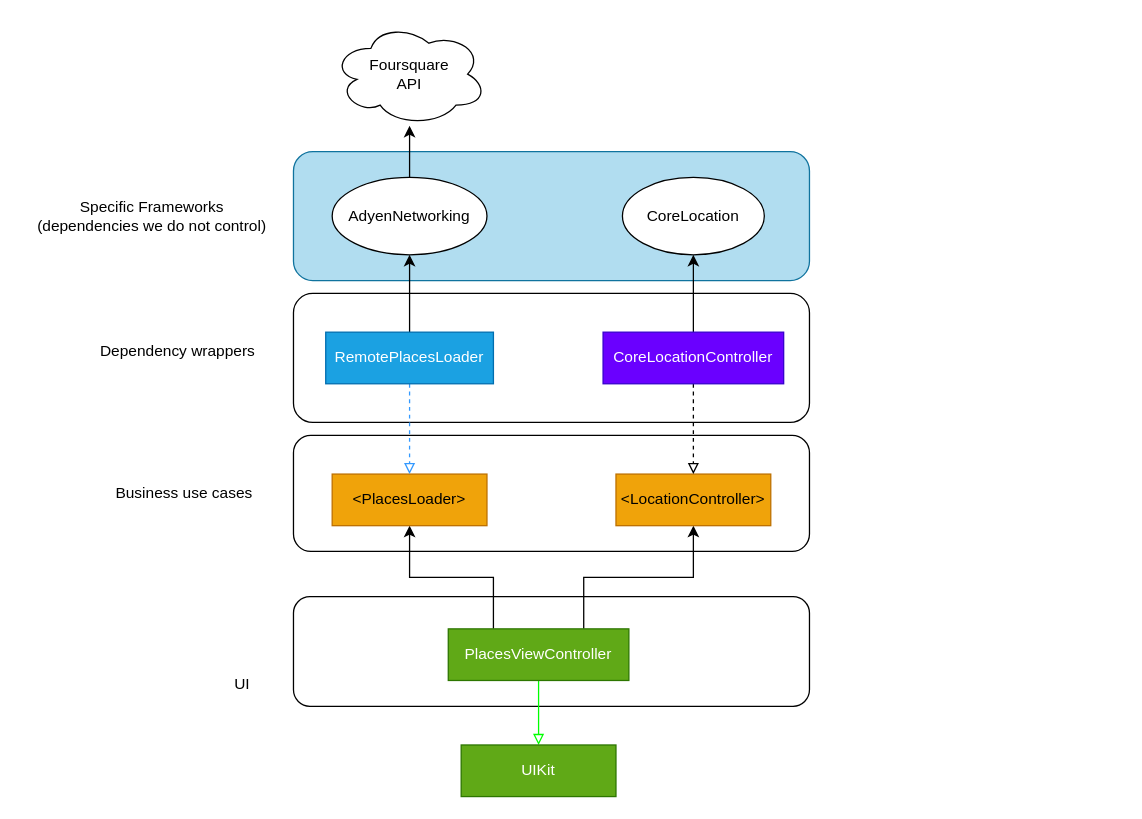
atmamont/places-assignment keeps this draw.io diagram as PlacesDependencyChart.drawio. Above is the earlier version. Source tidied: cells renumbered, new cells numbered last; positions are measured from the earlier drawing's top-left corner, leaving out a move shared by most shapes. Both pictures are drawn from the tidied source at 129%, with x=0, y=0 at pixel (22, 22).
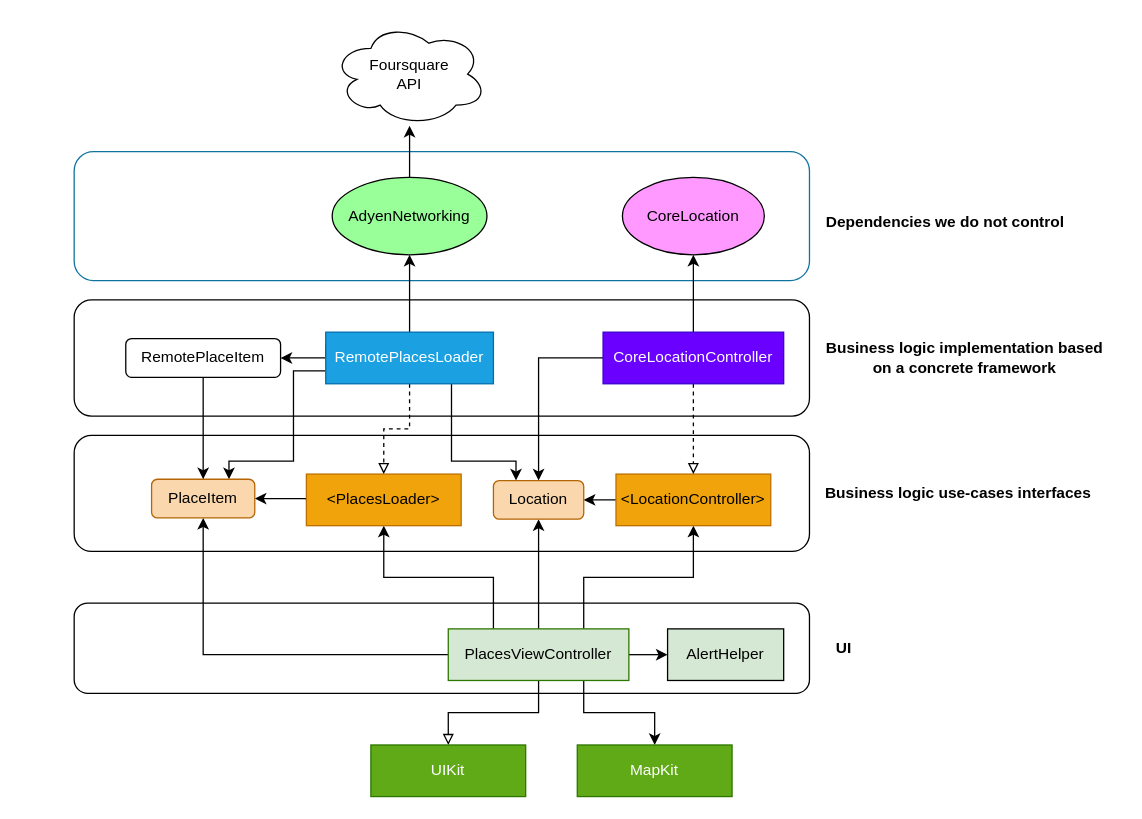
The same page after the edit.

Commit message (it also covers changes not shown here):
Add more potential improvements and update dependencies diagram

Unchanged cells that the change refers to:
```xml
<mxCell id="14" value="RemotePlacesLoader" style="rounded=0;whiteSpace=wrap;html=1;fontColor=#ffffff;labelBorderColor=none;strokeColor=#006EAF;fillColor=#1ba1e2;" parent="1" vertex="1">
  <mxGeometry x="235" y="240" width="130" height="40" as="geometry" />
</mxCell>
<mxCell id="15" value="&amp;lt;LocationController&amp;gt;" style="rounded=0;whiteSpace=wrap;html=1;fillColor=#f0a30a;fontColor=#000000;strokeColor=#BD7000;" parent="1" vertex="1">
  <mxGeometry x="460" y="350" width="120" height="40" as="geometry" />
</mxCell>
<mxCell id="18" value="CoreLocationController" style="rounded=0;whiteSpace=wrap;html=1;fillColor=#6a00ff;fontColor=#ffffff;strokeColor=#3700CC;" parent="1" vertex="1">
  <mxGeometry x="450" y="240" width="140" height="40" as="geometry" />
</mxCell>
```

Change to the diagram source:
```diff
@@
+    <mxCell id="27" style="rounded=1;whiteSpace=wrap;html=1;" parent="1" vertex="1">
+      <mxGeometry x="40" y="215" width="570" height="90" as="geometry" />
+    </mxCell>
     <mxCell id="2" style="rounded=1;whiteSpace=wrap;html=1;" parent="1" vertex="1">
-      <mxGeometry x="210" y="445" width="400" height="85" as="geometry" />
+      <mxGeometry x="40" y="450" width="570" height="70" as="geometry" />
     </mxCell>
     <mxCell id="3" style="rounded=1;whiteSpace=wrap;html=1;" parent="1" vertex="1">
-      <mxGeometry x="210" y="320" width="400" height="90" as="geometry" />
+      <mxGeometry x="40" y="320" width="570" height="90" as="geometry" />
     </mxCell>
-    <mxCell id="4" style="rounded=1;whiteSpace=wrap;html=1;" parent="1" vertex="1">
-      <mxGeometry x="210" y="210" width="400" height="100" as="geometry" />
-    </mxCell>
-    <mxCell id="5" style="rounded=1;whiteSpace=wrap;html=1;fillColor=#b1ddf0;strokeColor=#10739e;" parent="1" vertex="1">
-      <mxGeometry x="210" y="100" width="400" height="100" as="geometry" />
+    <mxCell id="5" style="rounded=1;whiteSpace=wrap;html=1;fillColor=#FFFFFF;strokeColor=#10739e;" parent="1" vertex="1">
+      <mxGeometry x="40" y="100" width="570" height="100" as="geometry" />
     </mxCell>
-    <mxCell id="6" style="edgeStyle=orthogonalEdgeStyle;rounded=0;jettySize=auto;html=1;endArrow=block;endFill=0;strokeColor=#00FF00;" parent="1" edge="1" source="9" target="10">
+    <mxCell id="6" style="edgeStyle=orthogonalEdgeStyle;rounded=0;jettySize=auto;html=1;endArrow=block;endFill=0;strokeColor=#000000;" parent="1" edge="1" source="9" target="10">
       <mxGeometry relative="1" as="geometry" />
     </mxCell>
@@
+    <mxCell id="28" style="edgeStyle=orthogonalEdgeStyle;rounded=0;jettySize=auto;html=1;exitX=0.75;exitY=1;exitDx=0;exitDy=0;entryX=0.5;entryY=0;entryDx=0;entryDy=0;" parent="1" edge="1" source="9" target="38">
+      <mxGeometry relative="1" as="geometry" />
+    </mxCell>
+    <mxCell id="29" style="edgeStyle=orthogonalEdgeStyle;rounded=0;jettySize=auto;html=1;exitX=1;exitY=0.5;exitDx=0;exitDy=0;entryX=0;entryY=0.5;entryDx=0;entryDy=0;" parent="1" edge="1" source="9" target="40">
+      <mxGeometry relative="1" as="geometry" />
+    </mxCell>
+    <mxCell id="30" style="edgeStyle=orthogonalEdgeStyle;rounded=0;jettySize=auto;html=1;exitX=0.5;exitY=0;exitDx=0;exitDy=0;entryX=0.5;entryY=1;entryDx=0;entryDy=0;" parent="1" edge="1" source="9" target="39">
+      <mxGeometry relative="1" as="geometry" />
+    </mxCell>
+    <mxCell id="31" style="edgeStyle=orthogonalEdgeStyle;rounded=0;jettySize=auto;html=1;exitX=0;exitY=0.5;exitDx=0;exitDy=0;entryX=0.5;entryY=1;entryDx=0;entryDy=0;" parent="1" edge="1" source="9" target="41">
+      <mxGeometry relative="1" as="geometry" />
+    </mxCell>
-    <mxCell id="9" value="PlacesViewController" style="rounded=0;whiteSpace=wrap;html=1;fillColor=#60a917;fontColor=#ffffff;strokeColor=#2D7600;" parent="1" vertex="1">
+    <mxCell id="9" value="PlacesViewController" style="rounded=0;whiteSpace=wrap;html=1;fillColor=#D5E8D4;fontColor=#000000;strokeColor=#2D7600;" parent="1" vertex="1">
       <mxGeometry x="330" y="470" width="140" height="40" as="geometry" />
     </mxCell>
     <mxCell id="10" value="UIKit" style="rounded=0;whiteSpace=wrap;html=1;strokeColor=#2D7600;fontColor=#ffffff;fillColor=#60a917;" parent="1" vertex="1">
-      <mxGeometry x="340" y="560" width="120" height="40" as="geometry" />
+      <mxGeometry x="270" y="560" width="120" height="40" as="geometry" />
     </mxCell>
+    <mxCell id="32" style="edgeStyle=orthogonalEdgeStyle;rounded=0;jettySize=auto;html=1;exitX=0;exitY=0.5;exitDx=0;exitDy=0;entryX=1;entryY=0.5;entryDx=0;entryDy=0;" parent="1" edge="1" source="11" target="41">
+      <mxGeometry relative="1" as="geometry">
+        <Array as="points">
+          <mxPoint x="220" y="369" />
+        </Array>
+      </mxGeometry>
+    </mxCell>
     <mxCell id="11" value="&amp;lt;PlacesLoader&amp;gt;" style="rounded=0;whiteSpace=wrap;html=1;fillColor=#f0a30a;fontColor=#000000;strokeColor=#BD7000;" parent="1" vertex="1">
-      <mxGeometry x="240" y="350" width="120" height="40" as="geometry" />
+      <mxGeometry x="220" y="350" width="120" height="40" as="geometry" />
     </mxCell>
-    <mxCell id="12" style="edgeStyle=orthogonalEdgeStyle;rounded=0;jettySize=auto;html=1;dashed=1;endArrow=block;endFill=0;strokeColor=#3399FF;" parent="1" edge="1" source="14" target="11">
+    <mxCell id="12" style="edgeStyle=orthogonalEdgeStyle;rounded=0;jettySize=auto;html=1;dashed=1;endArrow=block;endFill=0;strokeColor=#000000;" parent="1" edge="1" source="14" target="11">
       <mxGeometry relative="1" as="geometry" />
     </mxCell>
@@
+    <mxCell id="33" style="edgeStyle=orthogonalEdgeStyle;rounded=0;jettySize=auto;html=1;entryX=0.75;entryY=0;entryDx=0;entryDy=0;" parent="1" edge="1" source="14" target="41">
+      <mxGeometry relative="1" as="geometry">
+        <Array as="points">
+          <mxPoint x="210" y="270" />
+          <mxPoint x="210" y="340" />
+          <mxPoint x="160" y="340" />
+        </Array>
+      </mxGeometry>
+    </mxCell>
+    <mxCell id="34" style="edgeStyle=orthogonalEdgeStyle;rounded=0;jettySize=auto;html=1;exitX=0;exitY=0.25;exitDx=0;exitDy=0;entryX=1;entryY=0.5;entryDx=0;entryDy=0;" parent="1" edge="1" source="14" target="43">
+      <mxGeometry relative="1" as="geometry">
+        <Array as="points">
+          <mxPoint x="235" y="260" />
+        </Array>
+      </mxGeometry>
+    </mxCell>
+    <mxCell id="35" style="edgeStyle=orthogonalEdgeStyle;rounded=0;jettySize=auto;html=1;exitX=0.75;exitY=1;exitDx=0;exitDy=0;entryX=0.25;entryY=0;entryDx=0;entryDy=0;" parent="1" edge="1" source="14" target="39">
+      <mxGeometry relative="1" as="geometry">
+        <Array as="points">
+          <mxPoint x="333" y="340" />
+          <mxPoint x="383" y="340" />
+        </Array>
+      </mxGeometry>
+    </mxCell>
@@
+    <mxCell id="36" style="edgeStyle=orthogonalEdgeStyle;rounded=0;jettySize=auto;html=1;" parent="1" edge="1" source="15" target="39">
+      <mxGeometry relative="1" as="geometry" />
+    </mxCell>
@@
+    <mxCell id="37" style="edgeStyle=orthogonalEdgeStyle;rounded=0;jettySize=auto;html=1;exitX=0;exitY=0.5;exitDx=0;exitDy=0;entryX=0.5;entryY=0;entryDx=0;entryDy=0;" parent="1" edge="1" source="18" target="39">
+      <mxGeometry relative="1" as="geometry" />
+    </mxCell>
@@
-    <mxCell id="20" value="CoreLocation" style="ellipse;whiteSpace=wrap;html=1;" parent="1" vertex="1">
+    <mxCell id="20" value="CoreLocation" style="ellipse;whiteSpace=wrap;html=1;fillColor=#FF99FF;" parent="1" vertex="1">
       <mxGeometry x="465" y="120" width="110" height="60" as="geometry" />
     </mxCell>
@@
-    <mxCell id="22" value="AdyenNetworking" style="ellipse;whiteSpace=wrap;html=1;" parent="1" vertex="1">
+    <mxCell id="22" value="AdyenNetworking" style="ellipse;whiteSpace=wrap;html=1;fillColor=#99FF99;" parent="1" vertex="1">
       <mxGeometry x="240" y="120" width="120" height="60" as="geometry" />
     </mxCell>
-    <mxCell id="23" value="Specific Frameworks &lt;br&gt;(dependencies we do not control)" style="text;html=1;align=center;verticalAlign=middle;strokeColor=none;fillColor=none;" parent="1" vertex="1">
-      <mxGeometry y="130" width="200" height="40" as="geometry" />
-    </mxCell>
-    <mxCell id="24" value="Dependency wrappers" style="text;html=1;align=center;verticalAlign=middle;strokeColor=none;fillColor=none;" parent="1" vertex="1">
-      <mxGeometry x="50" y="240" width="140" height="30" as="geometry" />
-    </mxCell>
-    <mxCell id="25" value="Business use cases" style="text;html=1;align=center;verticalAlign=middle;strokeColor=none;fillColor=none;" parent="1" vertex="1">
-      <mxGeometry x="60" y="350" width="130" height="30" as="geometry" />
-    </mxCell>
+    <mxCell id="38" value="MapKit" style="rounded=0;whiteSpace=wrap;html=1;strokeColor=#2D7600;fontColor=#ffffff;fillColor=#60a917;" parent="1" vertex="1">
+      <mxGeometry x="430" y="560" width="120" height="40" as="geometry" />
+    </mxCell>
+    <mxCell id="39" value="Location" style="rounded=1;whiteSpace=wrap;html=1;fillColor=#fad7ac;strokeColor=#b46504;" parent="1" vertex="1">
+      <mxGeometry x="365" y="355" width="70" height="30" as="geometry" />
+    </mxCell>
+    <mxCell id="40" value="AlertHelper" style="whiteSpace=wrap;html=1;fillColor=#D5E8D4;" parent="1" vertex="1">
+      <mxGeometry x="500" y="470" width="90" height="40" as="geometry" />
+    </mxCell>
+    <mxCell id="41" value="PlaceItem" style="rounded=1;whiteSpace=wrap;html=1;fillColor=#fad7ac;strokeColor=#b46504;" parent="1" vertex="1">
+      <mxGeometry x="100" y="354" width="80" height="30" as="geometry" />
+    </mxCell>
+    <mxCell id="42" style="edgeStyle=orthogonalEdgeStyle;rounded=0;jettySize=auto;html=1;exitX=0.5;exitY=1;exitDx=0;exitDy=0;entryX=0.5;entryY=0;entryDx=0;entryDy=0;" parent="1" edge="1" source="43" target="41">
+      <mxGeometry relative="1" as="geometry" />
+    </mxCell>
+    <mxCell id="43" value="RemotePlaceItem" style="rounded=1;whiteSpace=wrap;html=1;" parent="1" vertex="1">
+      <mxGeometry x="80" y="245" width="120" height="30" as="geometry" />
+    </mxCell>
+    <mxCell id="44" value="Business logic implementation based &lt;br&gt;on a concrete framework" style="text;html=1;align=center;verticalAlign=middle;strokeColor=none;fillColor=none;fontStyle=1;" parent="1" vertex="1">
+      <mxGeometry x="610" y="240" width="240" height="40" as="geometry" />
+    </mxCell>
+    <mxCell id="45" value="Business logic use-cases interfaces" style="text;html=1;align=center;verticalAlign=middle;strokeColor=none;fillColor=none;fontStyle=1;" parent="1" vertex="1">
+      <mxGeometry x="610" y="350" width="230" height="30" as="geometry" />
+    </mxCell>
-    <mxCell id="26" value="UI" style="text;html=1;align=center;verticalAlign=middle;strokeColor=none;fillColor=none;" parent="1" vertex="1">
-      <mxGeometry x="150" y="498" width="40" height="30" as="geometry" />
+    <mxCell id="26" value="UI&amp;nbsp;" style="text;html=1;align=center;verticalAlign=middle;strokeColor=none;fillColor=none;fontStyle=1;" parent="1" vertex="1">
+      <mxGeometry x="618" y="470" width="40" height="30" as="geometry" />
     </mxCell>
+    <mxCell id="46" value="Dependencies we do not control" style="text;html=1;align=center;verticalAlign=middle;strokeColor=none;fillColor=none;fontStyle=1;" parent="1" vertex="1">
+      <mxGeometry x="610" y="140" width="210" height="30" as="geometry" />
+    </mxCell>
```
